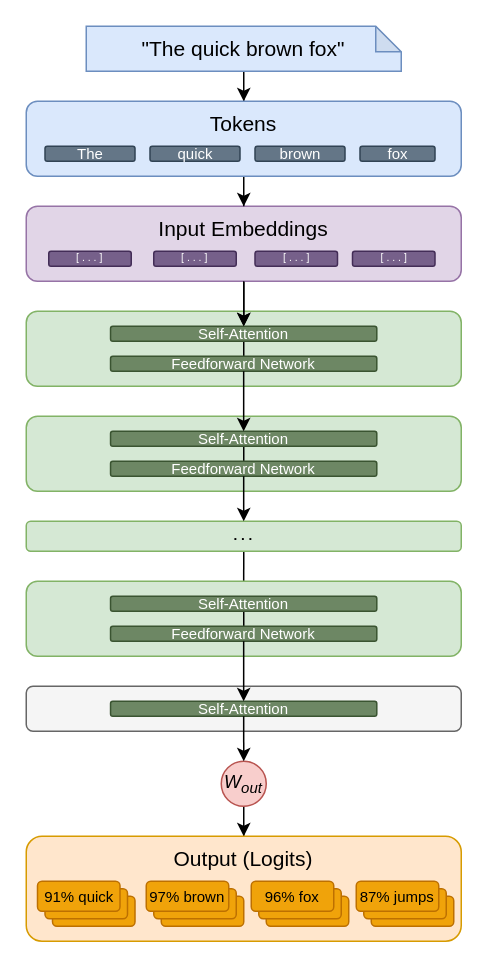
This is book/images/transformer/multi-llm.drawio from yshavit/llm-notes, a draw.io file, before an edit. Source tidied: cells renumbered, new cells numbered last; positions are measured from the earlier drawing's top-left corner, leaving out a move shared by most shapes. Both pictures are drawn from the tidied source at 150%, with x=0, y=0 at pixel (26, 26).
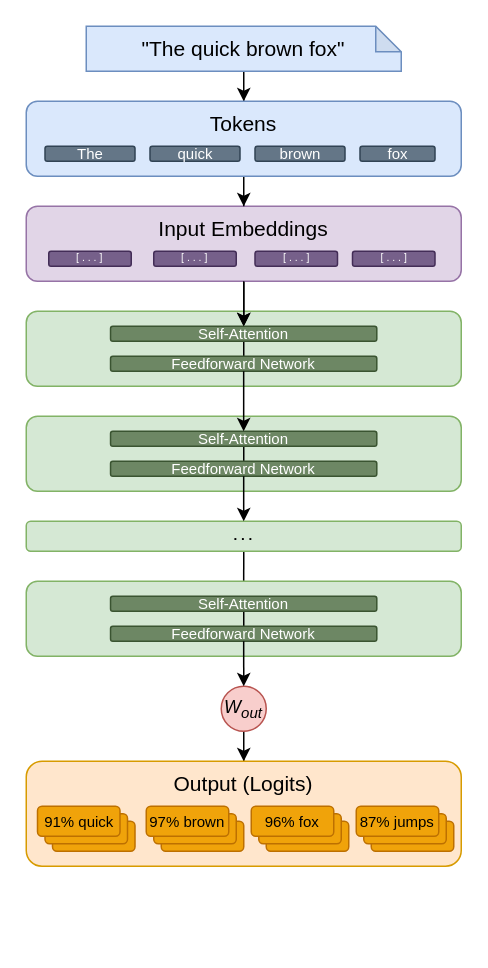
Above is the later version.

The change refers to these unchanged cells:
```xml
<mxCell id="47" value="&lt;span&gt;Feedforward Network&lt;/span&gt;" style="rounded=1;whiteSpace=wrap;html=1;fillColor=#6d8764;fontColor=#ffffff;strokeColor=#3A5431;fontSize=10;fontStyle=0;" parent="1" vertex="1">
  <mxGeometry x="56.2" y="400" width="177.5" height="10" as="geometry" />
</mxCell>
```

Diff of the diagram source:
```diff
@@
     <mxCell id="13" value="&lt;i&gt;W&lt;sub&gt;out&lt;/sub&gt;&lt;/i&gt;" style="ellipse;whiteSpace=wrap;html=1;fillColor=#f8cecc;strokeColor=#b85450;" parent="1" vertex="1">
-      <mxGeometry x="130" y="490" width="30" height="30" as="geometry" />
+      <mxGeometry x="130" y="440" width="30" height="30" as="geometry" />
     </mxCell>
@@
     <mxCell id="15" value="&lt;span&gt;Output (Logits)&lt;/span&gt;" style="rounded=1;whiteSpace=wrap;html=1;fillColor=#ffe6cc;strokeColor=#d79b00;fontSize=14;shadow=0;verticalAlign=top;fontStyle=0;" parent="1" vertex="1">
-      <mxGeometry y="540" width="290" height="70" as="geometry" />
+      <mxGeometry y="490" width="290" height="70" as="geometry" />
     </mxCell>
@@
     <mxCell id="24" style="rounded=1;whiteSpace=wrap;html=1;fontSize=10;fillColor=#f0a30a;fontColor=#000000;strokeColor=#BD7000;" parent="1" vertex="1">
-      <mxGeometry x="17.5" y="580" width="55" height="20" as="geometry" />
+      <mxGeometry x="17.5" y="530" width="55" height="20" as="geometry" />
     </mxCell>
     <mxCell id="25" style="rounded=1;whiteSpace=wrap;html=1;fontSize=10;fillColor=#f0a30a;fontColor=#000000;strokeColor=#BD7000;" parent="1" vertex="1">
-      <mxGeometry x="12.5" y="575" width="55" height="20" as="geometry" />
+      <mxGeometry x="12.5" y="525" width="55" height="20" as="geometry" />
     </mxCell>
     <mxCell id="26" value="91% quick" style="rounded=1;whiteSpace=wrap;html=1;fontSize=10;fillColor=#f0a30a;fontColor=#000000;strokeColor=#BD7000;" parent="1" vertex="1">
-      <mxGeometry x="7.5" y="570" width="55" height="20" as="geometry" />
+      <mxGeometry x="7.5" y="520" width="55" height="20" as="geometry" />
     </mxCell>
     <mxCell id="27" style="rounded=1;whiteSpace=wrap;html=1;fontSize=10;fillColor=#f0a30a;fontColor=#000000;strokeColor=#BD7000;" parent="1" vertex="1">
-      <mxGeometry x="90" y="580" width="55" height="20" as="geometry" />
+      <mxGeometry x="90" y="530" width="55" height="20" as="geometry" />
     </mxCell>
     <mxCell id="28" style="rounded=1;whiteSpace=wrap;html=1;fontSize=10;fillColor=#f0a30a;fontColor=#000000;strokeColor=#BD7000;" parent="1" vertex="1">
-      <mxGeometry x="85" y="575" width="55" height="20" as="geometry" />
+      <mxGeometry x="85" y="525" width="55" height="20" as="geometry" />
     </mxCell>
     <mxCell id="29" value="97% brown" style="rounded=1;whiteSpace=wrap;html=1;fontSize=10;fillColor=#f0a30a;fontColor=#000000;strokeColor=#BD7000;" parent="1" vertex="1">
-      <mxGeometry x="80" y="570" width="55" height="20" as="geometry" />
+      <mxGeometry x="80" y="520" width="55" height="20" as="geometry" />
     </mxCell>
     <mxCell id="30" style="rounded=1;whiteSpace=wrap;html=1;fontSize=10;fillColor=#f0a30a;fontColor=#000000;strokeColor=#BD7000;" parent="1" vertex="1">
-      <mxGeometry x="160" y="580" width="55" height="20" as="geometry" />
+      <mxGeometry x="160" y="530" width="55" height="20" as="geometry" />
     </mxCell>
     <mxCell id="31" style="rounded=1;whiteSpace=wrap;html=1;fontSize=10;fillColor=#f0a30a;fontColor=#000000;strokeColor=#BD7000;" parent="1" vertex="1">
-      <mxGeometry x="155" y="575" width="55" height="20" as="geometry" />
+      <mxGeometry x="155" y="525" width="55" height="20" as="geometry" />
     </mxCell>
     <mxCell id="32" value="96% fox" style="rounded=1;whiteSpace=wrap;html=1;fontSize=10;fillColor=#f0a30a;fontColor=#000000;strokeColor=#BD7000;" parent="1" vertex="1">
-      <mxGeometry x="150" y="570" width="55" height="20" as="geometry" />
+      <mxGeometry x="150" y="520" width="55" height="20" as="geometry" />
     </mxCell>
     <mxCell id="33" style="rounded=1;whiteSpace=wrap;html=1;fontSize=10;fillColor=#f0a30a;fontColor=#000000;strokeColor=#BD7000;" parent="1" vertex="1">
-      <mxGeometry x="230" y="580" width="55" height="20" as="geometry" />
+      <mxGeometry x="230" y="530" width="55" height="20" as="geometry" />
     </mxCell>
     <mxCell id="34" style="rounded=1;whiteSpace=wrap;html=1;fontSize=10;fillColor=#f0a30a;fontColor=#000000;strokeColor=#BD7000;" parent="1" vertex="1">
-      <mxGeometry x="225" y="575" width="55" height="20" as="geometry" />
+      <mxGeometry x="225" y="525" width="55" height="20" as="geometry" />
     </mxCell>
     <mxCell id="35" value="87% jumps" style="rounded=1;whiteSpace=wrap;html=1;fontSize=10;fillColor=#f0a30a;fontColor=#000000;strokeColor=#BD7000;" parent="1" vertex="1">
-      <mxGeometry x="220" y="570" width="55" height="20" as="geometry" />
+      <mxGeometry x="220" y="520" width="55" height="20" as="geometry" />
     </mxCell>
@@
-    <mxCell id="48" style="rounded=1;whiteSpace=wrap;html=1;verticalAlign=top;fontSize=14;strokeWidth=1;fillColor=#f5f5f5;fontStyle=0;strokeColor=#666666;horizontal=0;fontColor=#333333;" parent="1" vertex="1">
-      <mxGeometry y="440" width="290" height="30" as="geometry" />
-    </mxCell>
-    <mxCell id="49" value="&lt;span&gt;Self-Attention&lt;/span&gt;" style="rounded=1;whiteSpace=wrap;html=1;fillColor=#6d8764;fontColor=#ffffff;strokeColor=#3A5431;fontSize=10;fontStyle=0;" parent="1" vertex="1">
-      <mxGeometry x="56.2" y="450" width="177.5" height="10" as="geometry" />
-    </mxCell>
-    <mxCell id="50" style="edgeStyle=orthogonalEdgeStyle;rounded=0;jettySize=auto;html=1;exitX=0.5;exitY=1;exitDx=0;exitDy=0;entryX=0.5;entryY=0;entryDx=0;entryDy=0;" parent="1" edge="1" source="49" target="13">
-      <mxGeometry relative="1" as="geometry" />
-    </mxCell>
-    <mxCell id="51" style="edgeStyle=orthogonalEdgeStyle;rounded=0;jettySize=auto;html=1;exitX=0.5;exitY=1;exitDx=0;exitDy=0;entryX=0.5;entryY=0;entryDx=0;entryDy=0;" parent="1" edge="1" source="47" target="49">
+    <mxCell id="51" style="edgeStyle=orthogonalEdgeStyle;rounded=0;jettySize=auto;html=1;exitX=0.5;exitY=1;exitDx=0;exitDy=0;entryX=0.5;entryY=0;entryDx=0;entryDy=0;" parent="1" edge="1" source="47" target="13">
       <mxGeometry relative="1" as="geometry" />
     </mxCell>
```
